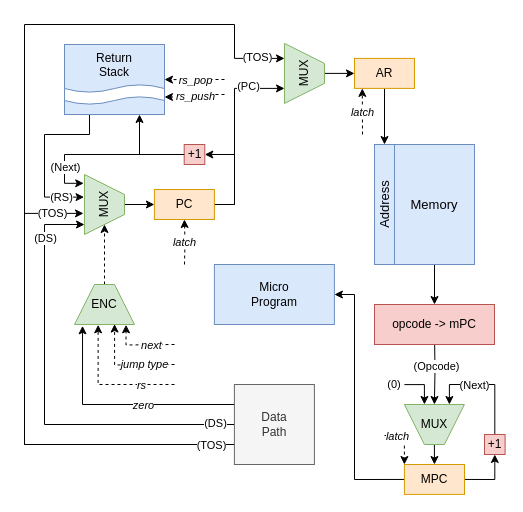
Earlier version of the draw.io diagram resources/control_unit.drawio (whatever125/stack_machine). Source tidied: cells renumbered, new cells numbered last; positions are measured from the earlier drawing's top-left corner, leaving out a move shared by most shapes. Both pictures are drawn from the tidied source at 100%, with x=0, y=0 at pixel (24, 24).
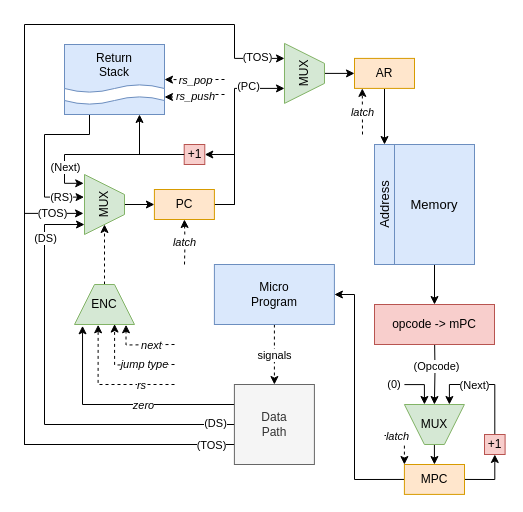
The same diagram, later.

The change refers to these unchanged cells:
```xml
<mxCell id="30" value="Micro&lt;div&gt;Program&lt;/div&gt;" style="rounded=0;whiteSpace=wrap;html=1;fillColor=#dae8fc;strokeColor=#6c8ebf;points=[[0,0,0,0,0],[0,0.25,0,0,0],[0,0.5,0,0,0],[0,0.75,0,0,0],[0,1,0,0,0],[0.13,0,0,0,0],[0.13,1,0,0,0],[0.25,0,0,0,0],[0.25,1,0,0,0],[0.38,0,0,0,0],[0.38,1,0,0,0],[0.5,0,0,0,0],[0.5,1,0,0,0],[0.63,0,0,0,0],[0.63,1,0,0,0],[0.75,0,0,0,0],[0.75,1,0,0,0],[0.88,0,0,0,0],[0.88,1,0,0,0],[1,0,0,0,0],[1,0.25,0,0,0],[1,0.5,0,0,0],[1,0.75,0,0,0],[1,1,0,0,0]];" parent="1" vertex="1">
  <mxGeometry x="189.9" y="240" width="120" height="60" as="geometry" />
</mxCell>
<mxCell id="67" value="Data&lt;div&gt;Path&lt;/div&gt;" style="rounded=0;whiteSpace=wrap;html=1;fillColor=#f5f5f5;strokeColor=#666666;fontColor=#333333;" parent="1" vertex="1">
  <mxGeometry x="209.9" y="360" width="80" height="80" as="geometry" />
</mxCell>
```

What changed in the source:
```diff
@@
+    <mxCell id="68" style="edgeStyle=orthogonalEdgeStyle;rounded=0;jettySize=auto;html=1;exitX=0.5;exitY=1;exitDx=0;exitDy=0;exitPerimeter=0;entryX=0.5;entryY=0;entryDx=0;entryDy=0;dashed=1;" parent="1" edge="1" source="30" target="67">
+      <mxGeometry relative="1" as="geometry" />
+    </mxCell>
+    <mxCell id="69" value="signals" style="edgeLabel;html=1;align=center;verticalAlign=middle;" parent="68" vertex="1">
+      <mxGeometry relative="1" as="geometry" />
+    </mxCell>
```
